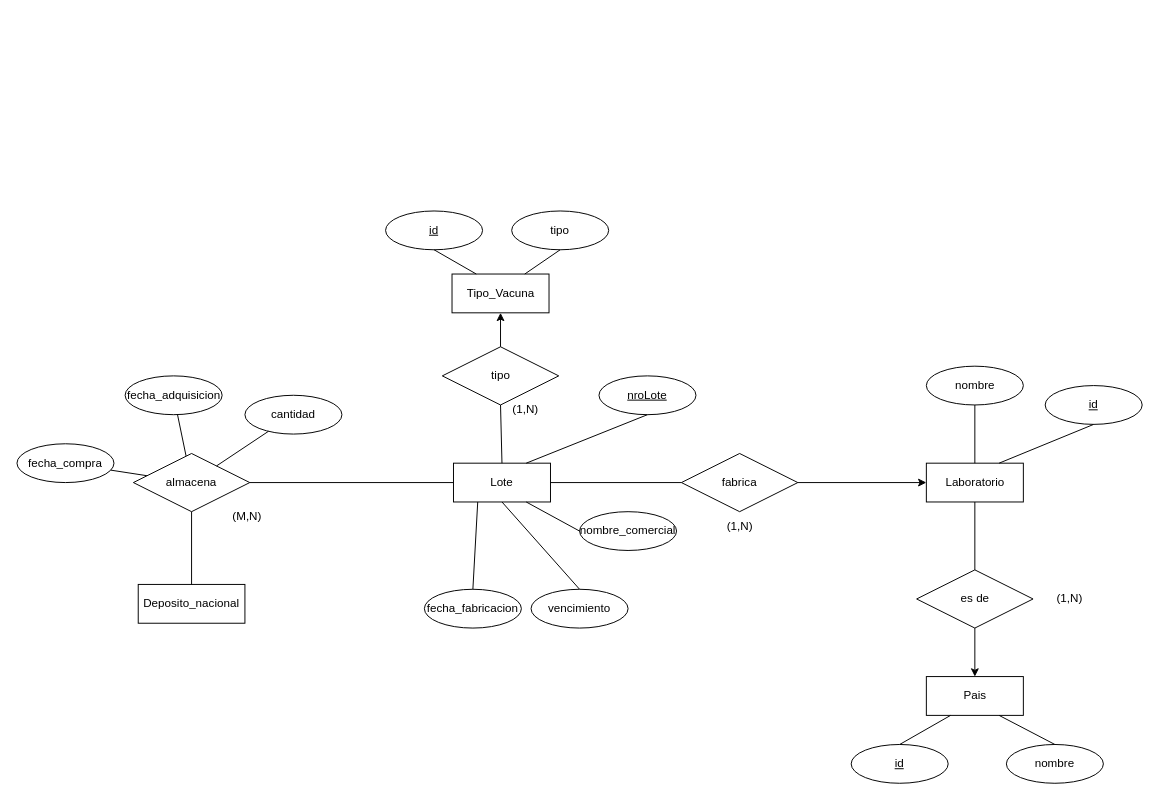
This is page "Página-6" (6 of 6) of dev/DER_Vacunatorio.drawio from Manug95/Argentina-Vacuna, a draw.io file, before an edit. Source tidied: cells renumbered, new cells numbered last; positions are measured from the earlier drawing's top-left corner, leaving out a move shared by most shapes. Both pictures are drawn from the tidied source at 97%, with x=0, y=0 at pixel (16, 210).
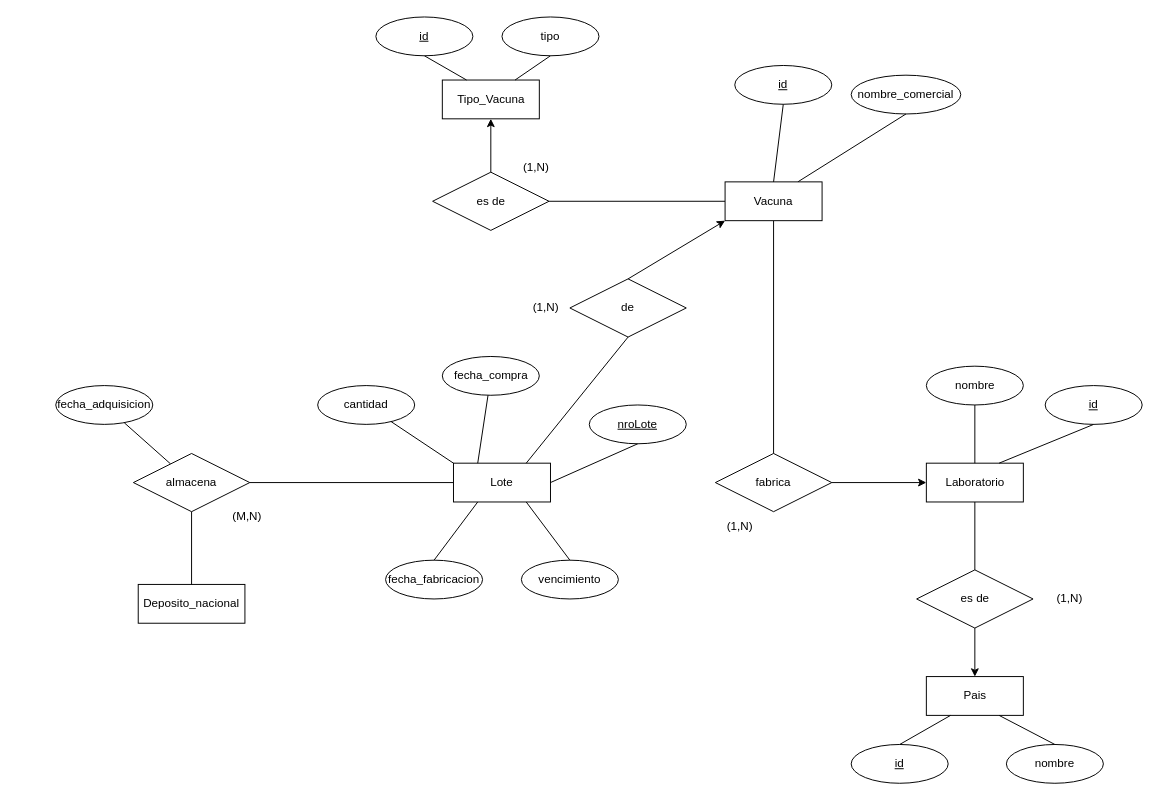
Above is the later version.

The change refers to these unchanged cells:
```xml
<mxCell id="2" value="Lote" style="whiteSpace=wrap;html=1;align=center;" parent="1" vertex="1">
  <mxGeometry x="450" y="260" width="100" height="40" as="geometry" />
</mxCell>
<mxCell id="43" value="almacena" style="shape=rhombus;perimeter=rhombusPerimeter;whiteSpace=wrap;html=1;align=center;" parent="1" vertex="1">
  <mxGeometry x="120" y="250" width="120" height="60" as="geometry" />
</mxCell>
```

The edit, as a diff of the source:
```diff
@@
     <mxCell id="6" value="nroLote" style="ellipse;whiteSpace=wrap;html=1;align=center;fontStyle=4;" parent="1" vertex="1">
-      <mxGeometry x="600" y="170" width="100" height="40" as="geometry" />
+      <mxGeometry x="590" y="200" width="100" height="40" as="geometry" />
     </mxCell>
     <mxCell id="7" value="nombre_comercial" style="ellipse;whiteSpace=wrap;html=1;align=center;" parent="1" vertex="1">
-      <mxGeometry x="580" y="310" width="100" height="40" as="geometry" />
+      <mxGeometry x="860" y="-140" width="113" height="40" as="geometry" />
     </mxCell>
     <mxCell id="8" value="fecha_fabricacion" style="ellipse;whiteSpace=wrap;html=1;align=center;" parent="1" vertex="1">
-      <mxGeometry x="420" y="390" width="100" height="40" as="geometry" />
+      <mxGeometry x="380" y="360" width="100" height="40" as="geometry" />
     </mxCell>
     <mxCell id="9" value="vencimiento" style="ellipse;whiteSpace=wrap;html=1;align=center;" parent="1" vertex="1">
-      <mxGeometry x="530" y="390" width="100" height="40" as="geometry" />
+      <mxGeometry x="520" y="360" width="100" height="40" as="geometry" />
     </mxCell>
     <mxCell id="10" value="fabrica" style="shape=rhombus;perimeter=rhombusPerimeter;whiteSpace=wrap;html=1;align=center;" parent="1" vertex="1">
-      <mxGeometry x="685" y="250" width="120" height="60" as="geometry" />
+      <mxGeometry x="720" y="250" width="120" height="60" as="geometry" />
     </mxCell>
-    <mxCell id="11" style="endArrow=none;html=1;rounded=0;exitX=1;exitY=0.5;exitDx=0;exitDy=0;entryX=0;entryY=0.5;entryDx=0;entryDy=0;" parent="1" edge="1" source="2" target="10">
+    <mxCell id="11" style="endArrow=none;html=1;rounded=0;exitX=0.5;exitY=1;exitDx=0;exitDy=0;entryX=0.5;entryY=0;entryDx=0;entryDy=0;" parent="1" edge="1" source="49" target="10">
       <mxGeometry relative="1" as="geometry" />
     </mxCell>
@@
-    <mxCell id="14" style="endArrow=none;html=1;rounded=0;entryX=0;entryY=0.5;entryDx=0;entryDy=0;exitX=0.75;exitY=1;exitDx=0;exitDy=0;" parent="1" edge="1" source="2" target="7">
+    <mxCell id="14" style="endArrow=none;html=1;rounded=0;entryX=0.5;entryY=1;entryDx=0;entryDy=0;exitX=0.75;exitY=0;exitDx=0;exitDy=0;" parent="1" edge="1" source="49" target="7">
       <mxGeometry relative="1" as="geometry" />
     </mxCell>
-    <mxCell id="15" style="endArrow=none;html=1;rounded=0;entryX=0.5;entryY=1;entryDx=0;entryDy=0;exitX=0.75;exitY=0;exitDx=0;exitDy=0;" parent="1" edge="1" source="2" target="6">
+    <mxCell id="15" style="endArrow=none;html=1;rounded=0;entryX=0.5;entryY=1;entryDx=0;entryDy=0;exitX=1;exitY=0.5;exitDx=0;exitDy=0;" parent="1" edge="1" source="2" target="6">
       <mxGeometry relative="1" as="geometry" />
     </mxCell>
@@
-    <mxCell id="17" style="endArrow=none;html=1;rounded=0;entryX=0.5;entryY=0;entryDx=0;entryDy=0;exitX=0.5;exitY=1;exitDx=0;exitDy=0;" parent="1" edge="1" source="2" target="9">
+    <mxCell id="17" style="endArrow=none;html=1;rounded=0;entryX=0.5;entryY=0;entryDx=0;entryDy=0;exitX=0.75;exitY=1;exitDx=0;exitDy=0;" parent="1" edge="1" source="2" target="9">
       <mxGeometry relative="1" as="geometry" />
     </mxCell>
@@
     <mxCell id="21" value="Tipo_Vacuna" style="whiteSpace=wrap;html=1;align=center;" parent="1" vertex="1">
-      <mxGeometry x="448.5" y="65" width="100" height="40" as="geometry" />
+      <mxGeometry x="438.5" y="-135" width="100" height="40" as="geometry" />
     </mxCell>
     <mxCell id="22" value="id" style="ellipse;whiteSpace=wrap;html=1;align=center;fontStyle=4;" parent="1" vertex="1">
-      <mxGeometry x="380" width="100" height="40" as="geometry" />
+      <mxGeometry x="370" y="-200" width="100" height="40" as="geometry" />
     </mxCell>
     <mxCell id="23" value="tipo" style="ellipse;whiteSpace=wrap;html=1;align=center;" parent="1" vertex="1">
-      <mxGeometry x="510" width="100" height="40" as="geometry" />
+      <mxGeometry x="500" y="-200" width="100" height="40" as="geometry" />
     </mxCell>
-    <mxCell id="24" value="tipo" style="shape=rhombus;perimeter=rhombusPerimeter;whiteSpace=wrap;html=1;align=center;" parent="1" vertex="1">
-      <mxGeometry x="438.5" y="140" width="120" height="60" as="geometry" />
+    <mxCell id="24" value="es de" style="shape=rhombus;perimeter=rhombusPerimeter;whiteSpace=wrap;html=1;align=center;" parent="1" vertex="1">
+      <mxGeometry x="428.5" y="-40" width="120" height="60" as="geometry" />
     </mxCell>
-    <mxCell id="25" style="endArrow=none;html=1;rounded=0;entryX=0.5;entryY=1;entryDx=0;entryDy=0;exitX=0.5;exitY=0;exitDx=0;exitDy=0;" parent="1" edge="1" source="2" target="24">
+    <mxCell id="25" style="endArrow=none;html=1;rounded=0;entryX=1;entryY=0.5;entryDx=0;entryDy=0;exitX=0;exitY=0.5;exitDx=0;exitDy=0;" parent="1" edge="1" source="49" target="24">
       <mxGeometry relative="1" as="geometry" />
     </mxCell>
@@
     <mxCell id="29" value="(1,N)" style="text;html=1;align=center;verticalAlign=middle;strokeColor=none;fillColor=none;" parent="1" vertex="1">
-      <mxGeometry x="498.5" y="190" width="50" height="30" as="geometry" />
+      <mxGeometry x="510" y="-60" width="50" height="30" as="geometry" />
     </mxCell>
@@
     <mxCell id="38" value="fecha_compra" style="ellipse;whiteSpace=wrap;html=1;align=center;" parent="1" vertex="1">
-      <mxGeometry y="240" width="100" height="40" as="geometry" />
+      <mxGeometry x="438.5" y="150" width="100" height="40" as="geometry" />
     </mxCell>
     <mxCell id="39" value="fecha_adquisicion" style="ellipse;whiteSpace=wrap;html=1;align=center;" parent="1" vertex="1">
-      <mxGeometry x="111.5" y="170" width="100" height="40" as="geometry" />
+      <mxGeometry x="40" y="180" width="100" height="40" as="geometry" />
     </mxCell>
-    <mxCell id="40" style="endArrow=none;html=1;rounded=0;" parent="1" edge="1" source="43" target="38">
+    <mxCell id="40" style="endArrow=none;html=1;rounded=0;exitX=0.25;exitY=0;exitDx=0;exitDy=0;" parent="1" edge="1" source="2" target="38">
       <mxGeometry relative="1" as="geometry" />
     </mxCell>
@@
     <mxCell id="45" value="cantidad" style="ellipse;whiteSpace=wrap;html=1;align=center;" parent="1" vertex="1">
-      <mxGeometry x="235" y="190" width="100" height="40" as="geometry" />
+      <mxGeometry x="310" y="180" width="100" height="40" as="geometry" />
     </mxCell>
-    <mxCell id="46" style="endArrow=none;html=1;rounded=0;" parent="1" edge="1" source="43" target="45">
+    <mxCell id="46" style="endArrow=none;html=1;rounded=0;exitX=0;exitY=0;exitDx=0;exitDy=0;" parent="1" edge="1" source="2" target="45">
       <mxGeometry relative="1" as="geometry" />
     </mxCell>
@@
+    <mxCell id="49" value="Vacuna" style="whiteSpace=wrap;html=1;align=center;" parent="1" vertex="1">
+      <mxGeometry x="730" y="-30" width="100" height="40" as="geometry" />
+    </mxCell>
+    <mxCell id="50" value="id" style="ellipse;whiteSpace=wrap;html=1;align=center;fontStyle=4;" parent="1" vertex="1">
+      <mxGeometry x="740" y="-150" width="100" height="40" as="geometry" />
+    </mxCell>
+    <mxCell id="51" style="endArrow=none;html=1;rounded=0;entryX=0.5;entryY=1;entryDx=0;entryDy=0;exitX=0.5;exitY=0;exitDx=0;exitDy=0;" parent="1" edge="1" source="49" target="50">
+      <mxGeometry relative="1" as="geometry" />
+    </mxCell>
+    <mxCell id="52" value="de" style="shape=rhombus;perimeter=rhombusPerimeter;whiteSpace=wrap;html=1;align=center;" parent="1" vertex="1">
+      <mxGeometry x="570" y="70" width="120" height="60" as="geometry" />
+    </mxCell>
+    <mxCell id="53" style="endArrow=classic;html=1;rounded=0;entryX=0;entryY=1;entryDx=0;entryDy=0;exitX=0.5;exitY=0;exitDx=0;exitDy=0;" parent="1" edge="1" source="52" target="49">
+      <mxGeometry relative="1" as="geometry" />
+    </mxCell>
+    <mxCell id="54" style="endArrow=none;html=1;rounded=0;entryX=0.5;entryY=1;entryDx=0;entryDy=0;exitX=0.75;exitY=0;exitDx=0;exitDy=0;" parent="1" edge="1" source="2" target="52">
+      <mxGeometry relative="1" as="geometry" />
+    </mxCell>
+    <mxCell id="55" value="(1,N)" style="text;html=1;align=center;verticalAlign=middle;strokeColor=none;fillColor=none;" parent="1" vertex="1">
+      <mxGeometry x="520" y="85" width="50" height="30" as="geometry" />
+    </mxCell>
```
